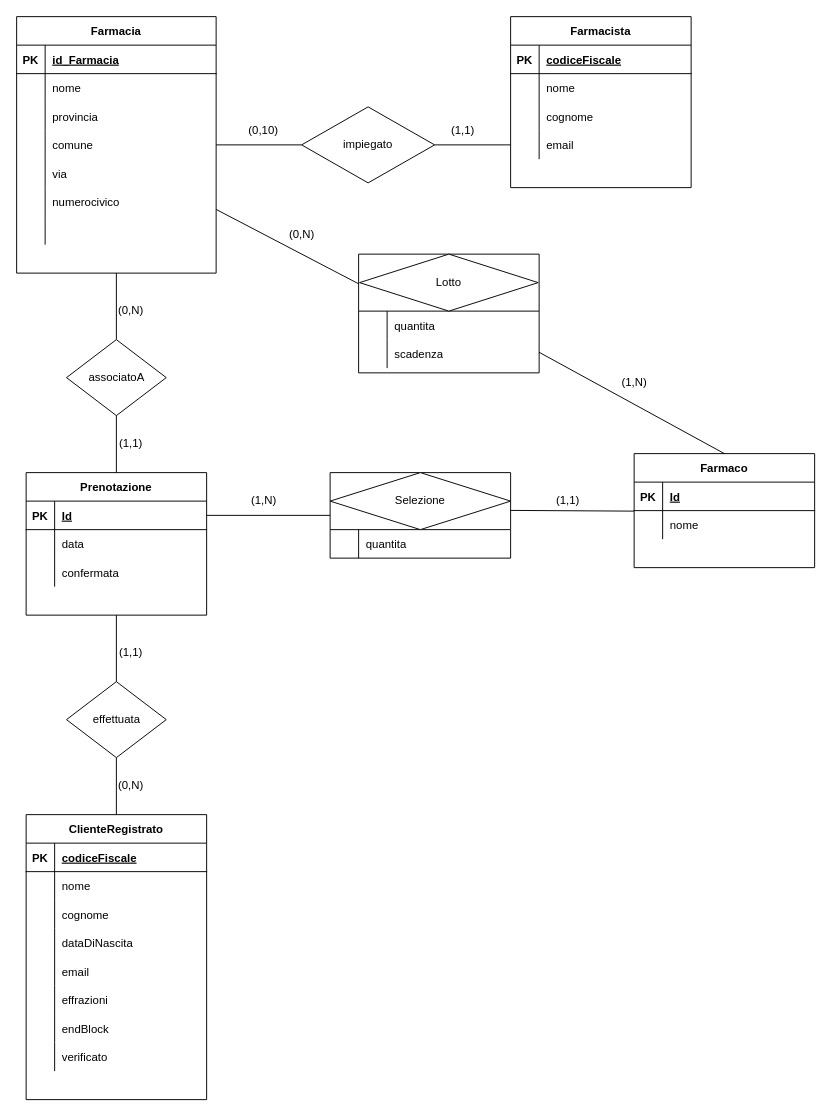
lnwor/farmabyte-doc keeps this draw.io diagram as drawio/Progettazione/Diagramma E-R.drawio. Above is the earlier version. Source tidied: cells renumbered, new cells numbered last; positions are measured from the earlier drawing's top-left corner, leaving out a move shared by most shapes. Both pictures are drawn from the tidied source at 95%, with x=0, y=0 at pixel (16, 16).
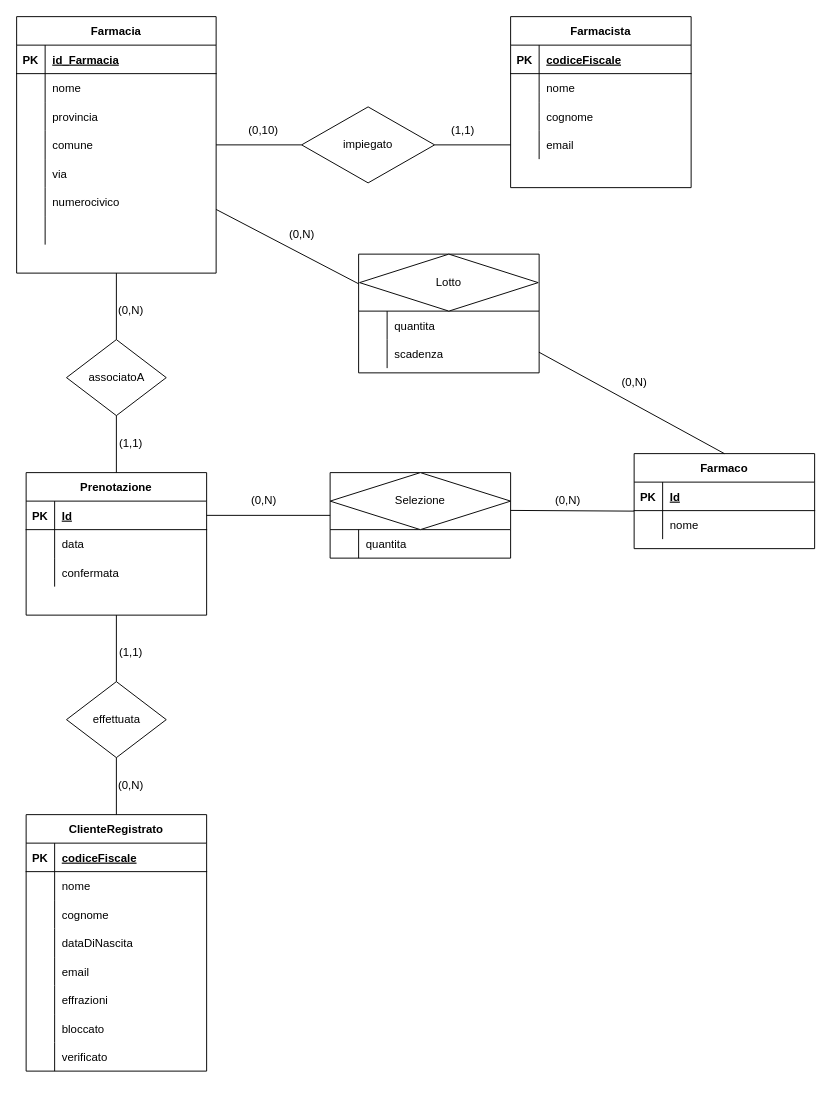
Above is the later version.

Unchanged cells that the change refers to:
```xml
<mxCell id="76" style="shape=partialRectangle;fillColor=none;top=0;left=0;right=0;bottom=0;" parent="57" vertex="1">
  <mxGeometry y="210" width="190" height="30" as="geometry" />
</mxCell>
```

Change to the diagram source:
```diff
@@
     <mxCell id="57" value="ClienteRegistrato" style="shape=table;startSize=30;childLayout=tableLayout;rowLines=0;fontStyle=1;align=center;" parent="1" vertex="1">
-      <mxGeometry x="10" y="840" width="190" height="300" as="geometry" />
+      <mxGeometry x="10" y="840" width="190" height="270" as="geometry" />
     </mxCell>
@@
-    <mxCell id="78" value="endBlock" style="shape=partialRectangle;overflow=hidden;fillColor=none;top=0;left=0;bottom=0;right=0;align=left;spacingLeft=6;" parent="76" vertex="1">
+    <mxCell id="78" value="bloccato" style="shape=partialRectangle;overflow=hidden;fillColor=none;top=0;left=0;bottom=0;right=0;align=left;spacingLeft=6;" parent="76" vertex="1">
       <mxGeometry x="30" width="160" height="30" as="geometry" />
     </mxCell>
@@
-    <mxCell id="93" value="(1,N)" style="text;html=1;align=center;verticalAlign=middle;strokeColor=none;" parent="1" vertex="1">
+    <mxCell id="93" value="(0,N)" style="text;html=1;align=center;verticalAlign=middle;strokeColor=none;" parent="1" vertex="1">
       <mxGeometry x="240" y="500" width="40" height="20" as="geometry" />
     </mxCell>
@@
     <mxCell id="95" value="Farmaco" style="shape=table;startSize=30;childLayout=tableLayout;rowLines=0;fontStyle=1;align=center;" parent="1" vertex="1">
-      <mxGeometry x="650" y="460" width="190" height="120" as="geometry" />
+      <mxGeometry x="650" y="460" width="190" height="100" as="geometry" />
     </mxCell>
@@
-    <mxCell id="102" value="(1,1)" style="text;html=1;align=center;verticalAlign=middle;strokeColor=none;" parent="1" vertex="1">
+    <mxCell id="102" value="(0,N)" style="text;html=1;align=center;verticalAlign=middle;strokeColor=none;" parent="1" vertex="1">
       <mxGeometry x="560" y="500" width="40" height="20" as="geometry" />
     </mxCell>
@@
-    <mxCell id="115" value="(1,N)" style="text;html=1;align=center;verticalAlign=middle;strokeColor=none;" parent="1" vertex="1">
+    <mxCell id="115" value="(0,N)" style="text;html=1;align=center;verticalAlign=middle;strokeColor=none;" parent="1" vertex="1">
       <mxGeometry x="630" y="375" width="40" height="20" as="geometry" />
     </mxCell>
```
